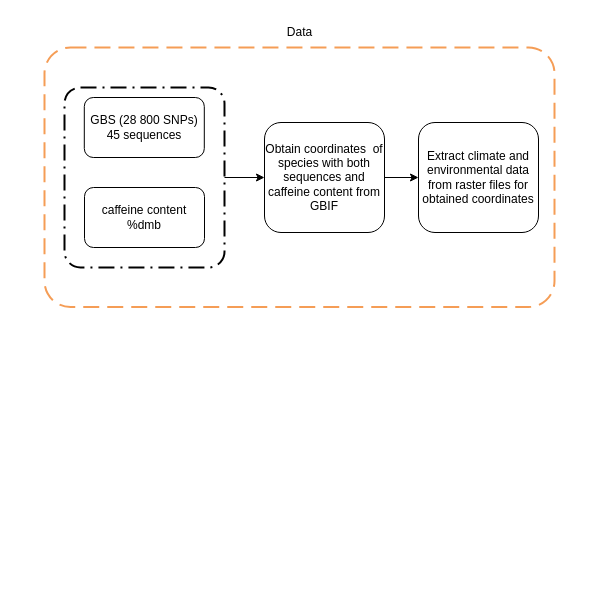
Earlier version of the draw.io diagram workdir/images/pipeline.drawio (tahiri-lab/py_madaclim). Source tidied: cells renumbered, new cells numbered last; positions are measured from the earlier drawing's top-left corner, leaving out a move shared by most shapes. Both pictures are drawn from the tidied source at 100%, with x=0, y=0 at pixel (44, 17).
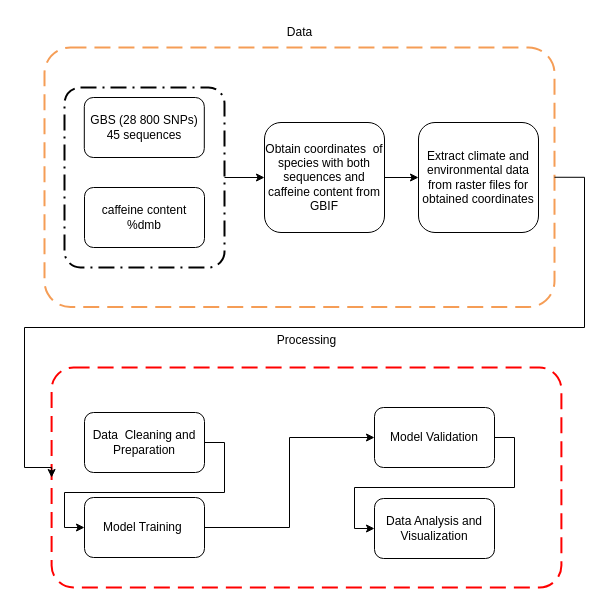
After the change.

Commit message (it also covers changes not shown here):
Mettre à jour pipeline.drawio

Unchanged cells that the change refers to:
```xml
<mxCell id="9" style="rounded=1;arcSize=10;dashed=1;strokeColor=#F59D56;fillColor=none;gradientColor=none;dashPattern=8 4;strokeWidth=2;" parent="1" vertex="1">
  <mxGeometry y="30" width="510" height="259.5" as="geometry" />
</mxCell>
```

What changed in the source:
```diff
@@
+    <mxCell id="11" style="rounded=1;arcSize=10;dashed=1;strokeColor=#ff0000;fillColor=none;gradientColor=none;dashPattern=8 4;strokeWidth=2;" parent="1" vertex="1">
+      <mxGeometry x="7.1" y="350" width="509.8" height="220" as="geometry" />
+    </mxCell>
+    <mxCell id="12" style="edgeStyle=orthogonalEdgeStyle;rounded=0;jettySize=auto;html=1;exitX=1;exitY=0.5;exitDx=0;exitDy=0;entryX=0;entryY=0.5;entryDx=0;entryDy=0;" parent="1" edge="1" source="9" target="11">
+      <mxGeometry relative="1" as="geometry">
+        <Array as="points">
+          <mxPoint x="540" y="160" />
+          <mxPoint x="540" y="310" />
+          <mxPoint x="-20" y="310" />
+          <mxPoint x="-20" y="450" />
+        </Array>
+      </mxGeometry>
+    </mxCell>
+    <mxCell id="13" value="Processing" style="text;html=1;align=center;verticalAlign=middle;strokeColor=none;fillColor=none;" parent="1" vertex="1">
+      <mxGeometry x="222" y="308" width="80" height="30" as="geometry" />
+    </mxCell>
+    <mxCell id="14" style="edgeStyle=orthogonalEdgeStyle;rounded=0;jettySize=auto;html=1;exitX=1;exitY=0.5;exitDx=0;exitDy=0;entryX=0;entryY=0.5;entryDx=0;entryDy=0;" parent="1" edge="1" source="15" target="17">
+      <mxGeometry relative="1" as="geometry" />
+    </mxCell>
+    <mxCell id="15" value="Data&amp;nbsp; Cleaning and Preparation" style="rounded=1;whiteSpace=wrap;html=1;" parent="1" vertex="1">
+      <mxGeometry x="40" y="395" width="120" height="60" as="geometry" />
+    </mxCell>
+    <mxCell id="16" style="edgeStyle=orthogonalEdgeStyle;rounded=0;jettySize=auto;html=1;exitX=1;exitY=0.5;exitDx=0;exitDy=0;entryX=0;entryY=0.5;entryDx=0;entryDy=0;" parent="1" edge="1" source="17" target="19">
+      <mxGeometry relative="1" as="geometry" />
+    </mxCell>
+    <mxCell id="17" value="Model Training&amp;nbsp;" style="rounded=1;whiteSpace=wrap;html=1;" parent="1" vertex="1">
+      <mxGeometry x="40" y="480" width="120" height="60" as="geometry" />
+    </mxCell>
+    <mxCell id="18" style="edgeStyle=orthogonalEdgeStyle;rounded=0;jettySize=auto;html=1;exitX=1;exitY=0.5;exitDx=0;exitDy=0;entryX=0;entryY=0.5;entryDx=0;entryDy=0;" parent="1" edge="1" source="19" target="20">
+      <mxGeometry relative="1" as="geometry" />
+    </mxCell>
+    <mxCell id="19" value="Model Validation" style="rounded=1;whiteSpace=wrap;html=1;" parent="1" vertex="1">
+      <mxGeometry x="330" y="390" width="120" height="60" as="geometry" />
+    </mxCell>
+    <mxCell id="20" value="Data Analysis and Visualization" style="rounded=1;whiteSpace=wrap;html=1;" parent="1" vertex="1">
+      <mxGeometry x="330" y="481" width="120" height="60" as="geometry" />
+    </mxCell>
```
